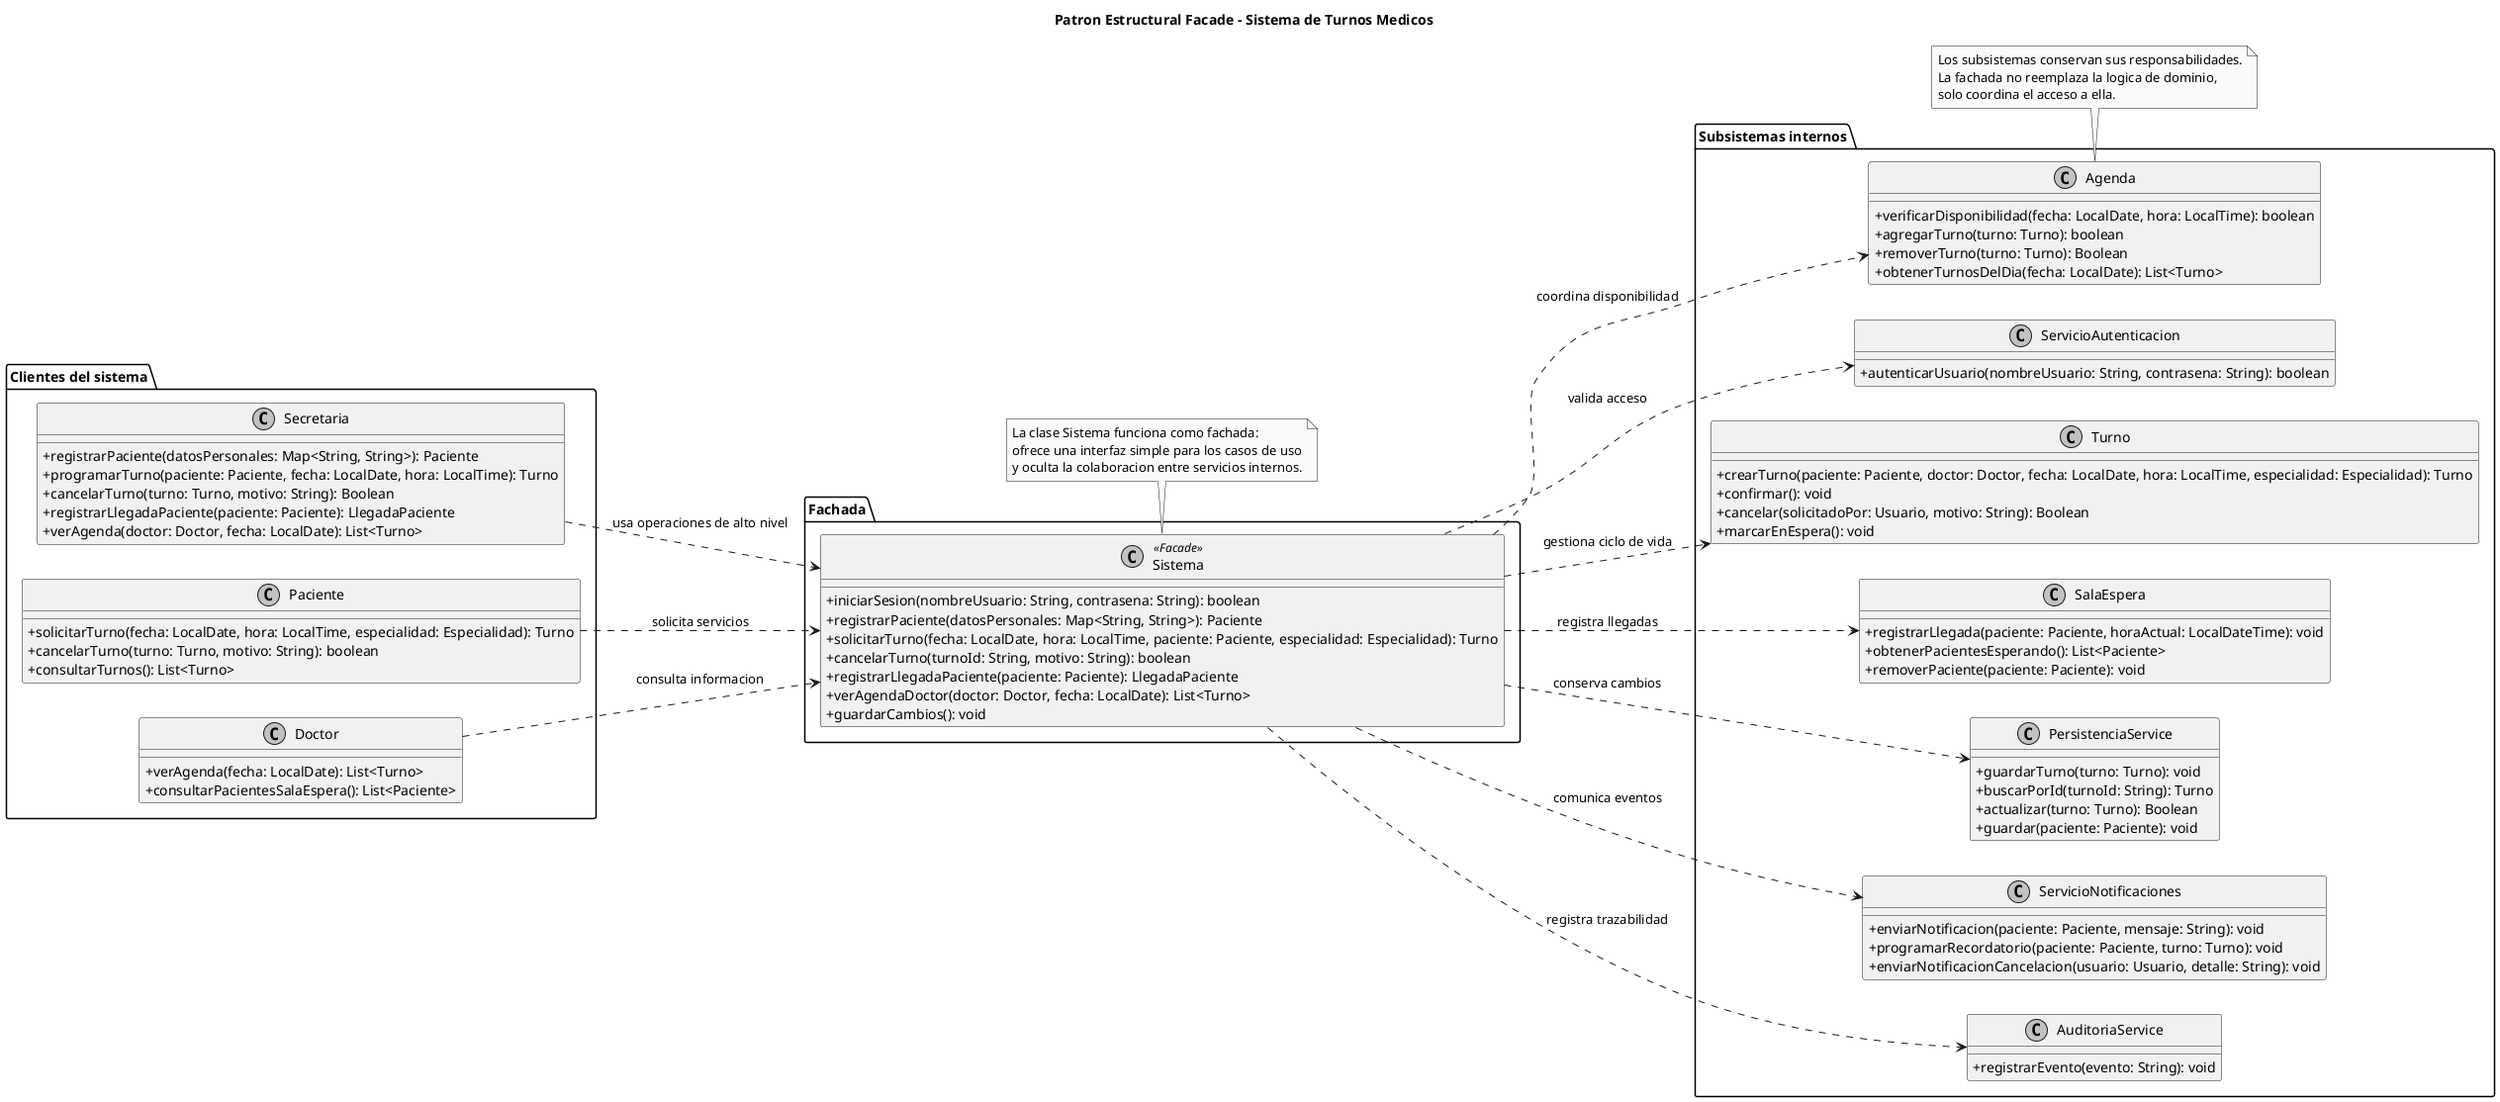
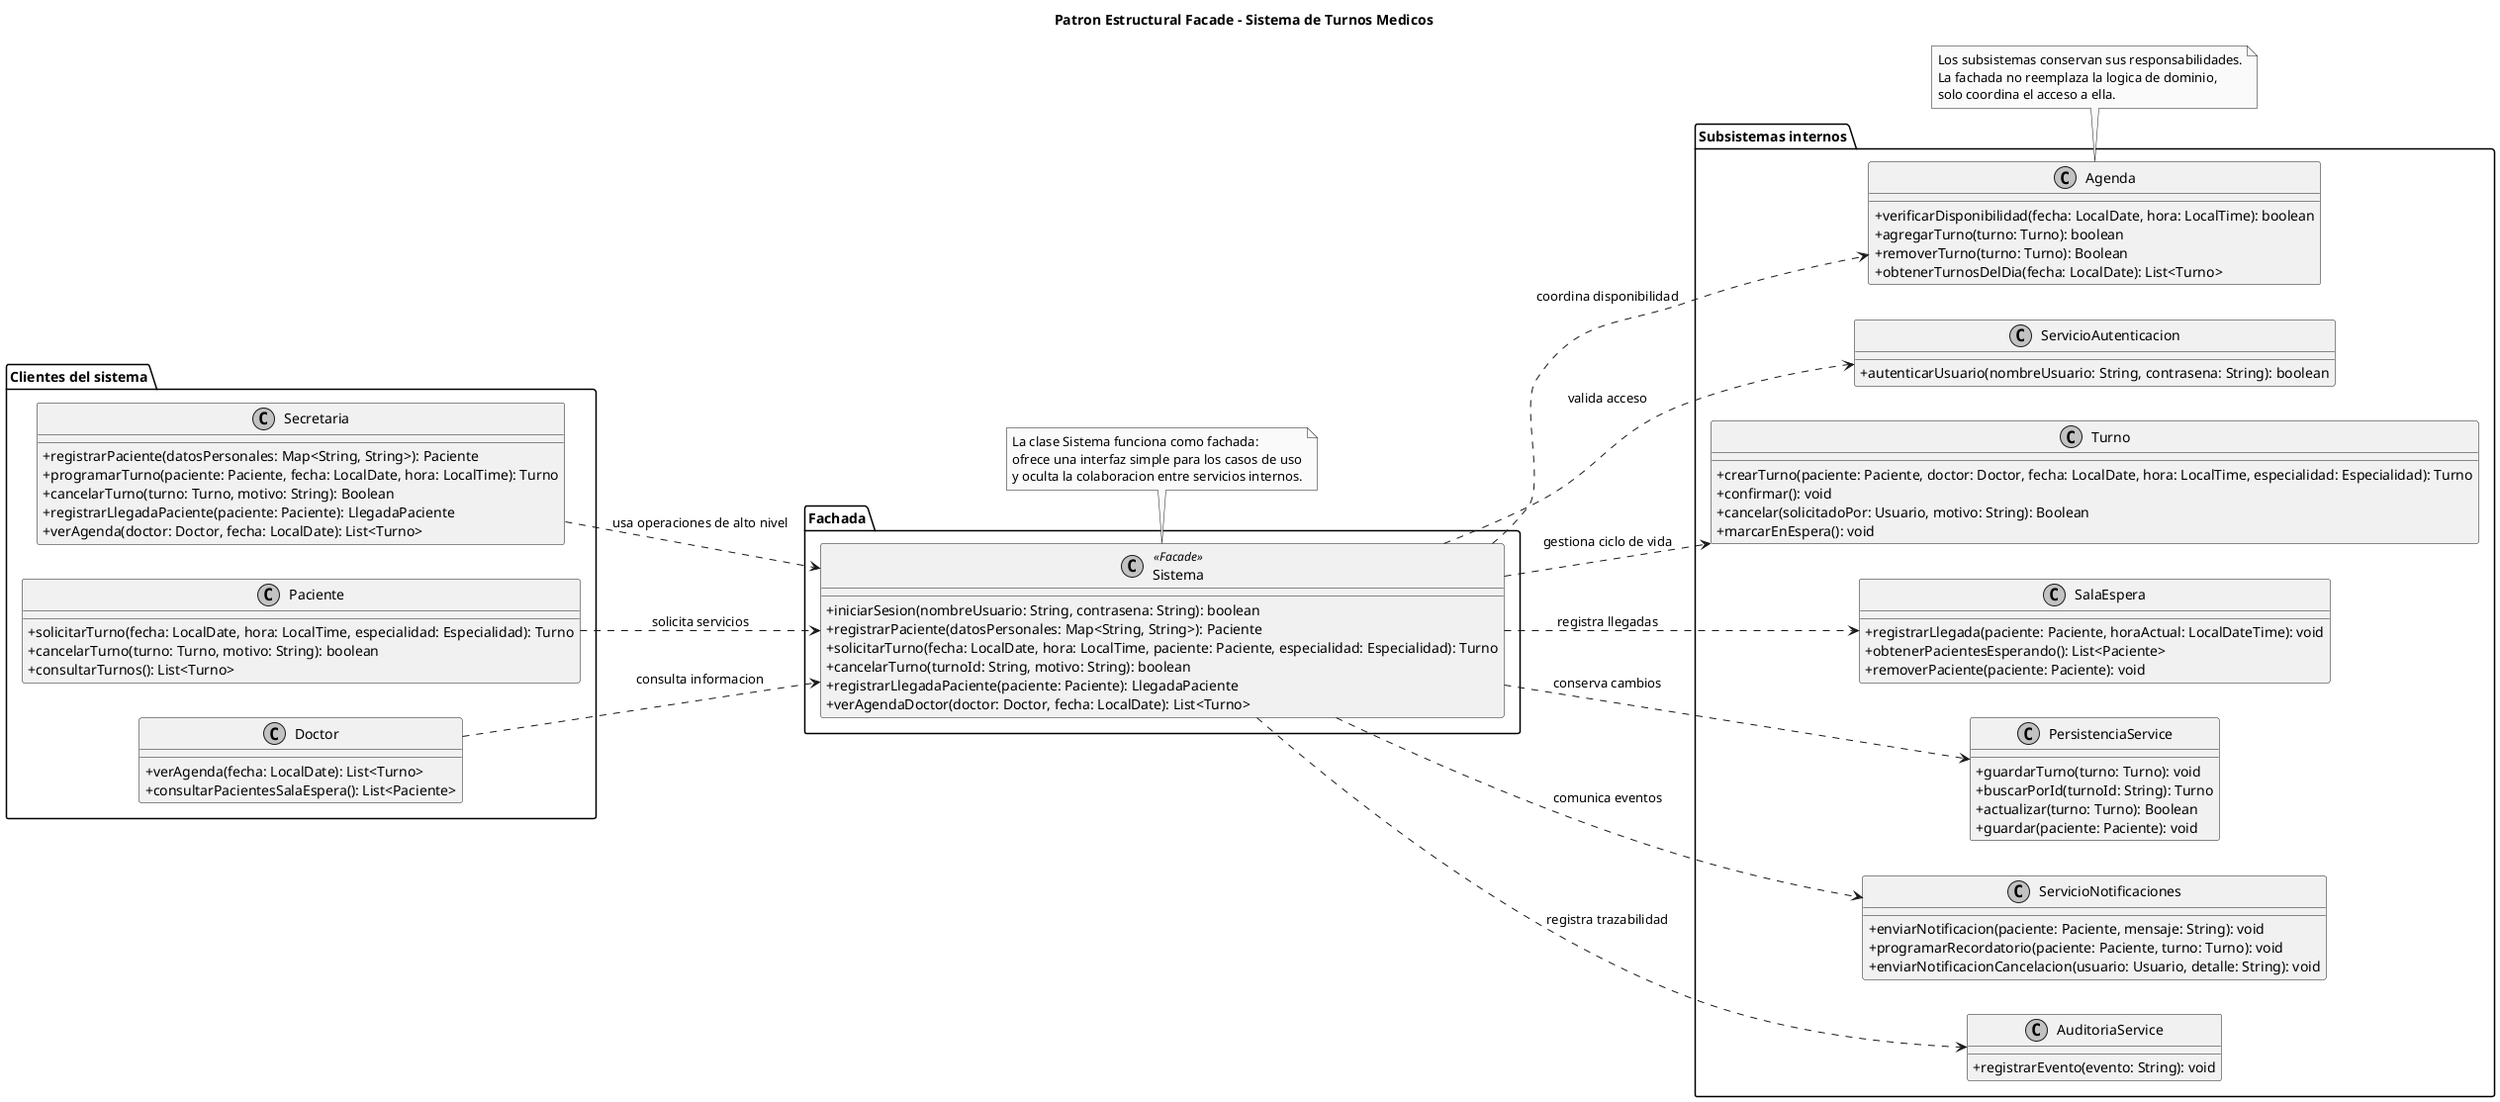
@startuml
title Patron Estructural Facade - Sistema de Turnos Medicos

skinparam classAttributeIconSize 0
skinparam monochrome true
skinparam shadowing false
left to right direction

package "Clientes del sistema" {
  class Secretaria {
    + registrarPaciente(datosPersonales: Map<String, String>): Paciente
    + programarTurno(paciente: Paciente, fecha: LocalDate, hora: LocalTime): Turno
    + cancelarTurno(turno: Turno, motivo: String): Boolean
    + registrarLlegadaPaciente(paciente: Paciente): LlegadaPaciente
    + verAgenda(doctor: Doctor, fecha: LocalDate): List<Turno>
  }

  class Paciente {
    + solicitarTurno(fecha: LocalDate, hora: LocalTime, especialidad: Especialidad): Turno
    + cancelarTurno(turno: Turno, motivo: String): boolean
    + consultarTurnos(): List<Turno>
  }

  class Doctor {
    + verAgenda(fecha: LocalDate): List<Turno>
    + consultarPacientesSalaEspera(): List<Paciente>
  }
}

package "Fachada" {
  class Sistema <<Facade>> {
    + iniciarSesion(nombreUsuario: String, contrasena: String): boolean
    + registrarPaciente(datosPersonales: Map<String, String>): Paciente
    + solicitarTurno(fecha: LocalDate, hora: LocalTime, paciente: Paciente, especialidad: Especialidad): Turno
    + cancelarTurno(turnoId: String, motivo: String): boolean
    + registrarLlegadaPaciente(paciente: Paciente): LlegadaPaciente
    + verAgendaDoctor(doctor: Doctor, fecha: LocalDate): List<Turno>
-     + guardarCambios(): void
  }
}

package "Subsistemas internos" {
  class ServicioAutenticacion {
    + autenticarUsuario(nombreUsuario: String, contrasena: String): boolean
  }

  class Agenda {
    + verificarDisponibilidad(fecha: LocalDate, hora: LocalTime): boolean
    + agregarTurno(turno: Turno): boolean
    + removerTurno(turno: Turno): Boolean
    + obtenerTurnosDelDia(fecha: LocalDate): List<Turno>
  }

  class Turno {
    + crearTurno(paciente: Paciente, doctor: Doctor, fecha: LocalDate, hora: LocalTime, especialidad: Especialidad): Turno
    + confirmar(): void
    + cancelar(solicitadoPor: Usuario, motivo: String): Boolean
    + marcarEnEspera(): void
  }

  class SalaEspera {
    + registrarLlegada(paciente: Paciente, horaActual: LocalDateTime): void
    + obtenerPacientesEsperando(): List<Paciente>
    + removerPaciente(paciente: Paciente): void
  }

  class PersistenciaService {
    + guardarTurno(turno: Turno): void
    + buscarPorId(turnoId: String): Turno
    + actualizar(turno: Turno): Boolean
    + guardar(paciente: Paciente): void
  }

  class ServicioNotificaciones {
    + enviarNotificacion(paciente: Paciente, mensaje: String): void
    + programarRecordatorio(paciente: Paciente, turno: Turno): void
    + enviarNotificacionCancelacion(usuario: Usuario, detalle: String): void
  }

  class AuditoriaService {
    + registrarEvento(evento: String): void
  }
}

Secretaria ..> Sistema : usa operaciones de alto nivel
Paciente ..> Sistema : solicita servicios
Doctor ..> Sistema : consulta informacion

Sistema ..> ServicioAutenticacion : valida acceso
Sistema ..> Agenda : coordina disponibilidad
Sistema ..> Turno : gestiona ciclo de vida
Sistema ..> SalaEspera : registra llegadas
Sistema ..> PersistenciaService : conserva cambios
Sistema ..> ServicioNotificaciones : comunica eventos
Sistema ..> AuditoriaService : registra trazabilidad

note bottom of Sistema
  La clase Sistema funciona como fachada:
  ofrece una interfaz simple para los casos de uso
  y oculta la colaboracion entre servicios internos.
end note

note bottom of Agenda
  Los subsistemas conservan sus responsabilidades.
  La fachada no reemplaza la logica de dominio,
  solo coordina el acceso a ella.
end note

@enduml
